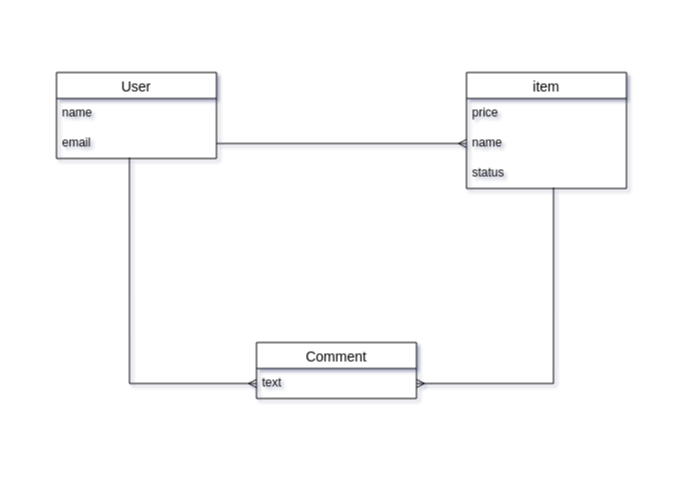
Before: ER.dio in e0msb4g/furima-30600, a draw.io diagram. Source tidied: cells renumbered, new cells numbered last; positions are measured from the earlier drawing's top-left corner, leaving out a move shared by most shapes. Both pictures are drawn from the tidied source at 100%, with x=0, y=0 at pixel (56, 72).
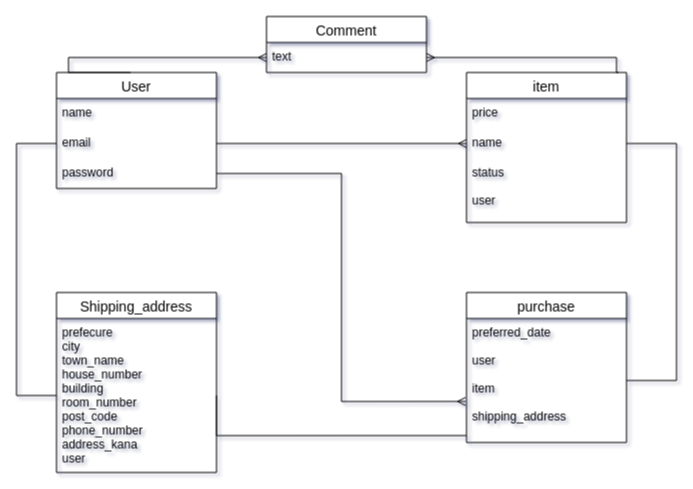
The same diagram, later.

Commit message (it also covers changes not shown here):
テーブル設計、ER図の修正

Unchanged cells that the change refers to:
```xml
<mxCell id="4" value="email" style="text;strokeColor=none;fillColor=none;spacingLeft=4;spacingRight=4;overflow=hidden;points=[[0,0.5],[1,0.5]];portConstraint=eastwest;fontSize=12;" parent="2" vertex="1">
  <mxGeometry y="56" width="160" height="30" as="geometry" />
</mxCell>
<mxCell id="7" value="name" style="text;strokeColor=none;fillColor=none;spacingLeft=4;spacingRight=4;overflow=hidden;points=[[0,0.5],[1,0.5]];portConstraint=eastwest;fontSize=12;" parent="5" vertex="1">
  <mxGeometry y="56" width="160" height="30" as="geometry" />
</mxCell>
<mxCell id="13" value="text" style="text;strokeColor=none;fillColor=none;spacingLeft=4;spacingRight=4;overflow=hidden;points=[[0,0.5],[1,0.5]];portConstraint=eastwest;fontSize=12;" parent="12" vertex="1">
  <mxGeometry y="26" width="160" height="30" as="geometry" />
</mxCell>
```

What changed in the source:
```diff
@@
     <mxCell id="2" value="User" style="swimlane;fontStyle=0;horizontal=1;startSize=26;align=center;fontSize=14;" parent="1" vertex="1">
-      <mxGeometry width="160" height="86" as="geometry" />
+      <mxGeometry width="160" height="116" as="geometry" />
     </mxCell>
@@
+    <mxCell id="14" value="password" style="text;strokeColor=none;fillColor=none;spacingLeft=4;spacingRight=4;overflow=hidden;points=[[0,0.5],[1,0.5]];portConstraint=eastwest;fontSize=12;" parent="2" vertex="1">
+      <mxGeometry y="86" width="160" height="30" as="geometry" />
+    </mxCell>
     <mxCell id="5" value="item" style="swimlane;fontStyle=0;horizontal=1;startSize=26;align=center;fontSize=14;" parent="1" vertex="1">
-      <mxGeometry x="410" width="160" height="116" as="geometry" />
+      <mxGeometry x="410" width="160" height="150" as="geometry" />
     </mxCell>
@@
-    <mxCell id="8" value="status" style="text;strokeColor=none;fillColor=none;spacingLeft=4;spacingRight=4;overflow=hidden;points=[[0,0.5],[1,0.5]];portConstraint=eastwest;fontSize=12;" parent="5" vertex="1">
-      <mxGeometry y="86" width="160" height="30" as="geometry" />
+    <mxCell id="8" value="status&#10;&#10;user" style="text;strokeColor=none;fillColor=none;spacingLeft=4;spacingRight=4;overflow=hidden;points=[[0,0.5],[1,0.5]];portConstraint=eastwest;fontSize=12;" parent="5" vertex="1">
+      <mxGeometry y="86" width="160" height="64" as="geometry" />
     </mxCell>
@@
-    <mxCell id="10" style="edgeStyle=orthogonalEdgeStyle;rounded=0;jettySize=auto;html=1;exitX=0;exitY=0.5;exitDx=0;exitDy=0;entryX=0.456;entryY=0.967;entryDx=0;entryDy=0;entryPerimeter=0;startArrow=ERmany;startFill=0;endArrow=none;endFill=0;" parent="1" edge="1" source="13" target="4">
-      <mxGeometry relative="1" as="geometry" />
+    <mxCell id="10" style="edgeStyle=orthogonalEdgeStyle;rounded=0;jettySize=auto;html=1;exitX=0;exitY=0.5;exitDx=0;exitDy=0;startArrow=ERmany;startFill=0;endArrow=none;endFill=0;entryX=0.463;entryY=0;entryDx=0;entryDy=0;entryPerimeter=0;" parent="1" edge="1" source="13" target="2">
+      <mxGeometry relative="1" as="geometry">
+        <Array as="points">
+          <mxPoint x="12" y="-15" />
+          <mxPoint x="12" />
+        </Array>
+      </mxGeometry>
     </mxCell>
-    <mxCell id="11" style="edgeStyle=orthogonalEdgeStyle;rounded=0;jettySize=auto;html=1;exitX=1;exitY=0.5;exitDx=0;exitDy=0;entryX=0.544;entryY=0.967;entryDx=0;entryDy=0;entryPerimeter=0;startArrow=ERmany;startFill=0;endArrow=none;endFill=0;" parent="1" edge="1" source="13" target="8">
-      <mxGeometry relative="1" as="geometry" />
+    <mxCell id="11" style="edgeStyle=orthogonalEdgeStyle;rounded=0;jettySize=auto;html=1;exitX=1;exitY=0.5;exitDx=0;exitDy=0;entryX=0.95;entryY=0;entryDx=0;entryDy=0;entryPerimeter=0;startArrow=ERmany;startFill=0;endArrow=none;endFill=0;" parent="1" edge="1" source="13" target="5">
+      <mxGeometry relative="1" as="geometry">
+        <Array as="points">
+          <mxPoint x="560" y="-15" />
+          <mxPoint x="560" />
+        </Array>
+      </mxGeometry>
     </mxCell>
     <mxCell id="12" value="Comment" style="swimlane;fontStyle=0;horizontal=1;startSize=26;align=center;fontSize=14;" parent="1" vertex="1">
-      <mxGeometry x="200" y="270" width="160" height="56" as="geometry" />
+      <mxGeometry x="210" y="-56" width="160" height="56" as="geometry" />
     </mxCell>
@@
+    <mxCell id="15" value="Shipping_address" style="swimlane;fontStyle=0;horizontal=1;startSize=26;align=center;fontSize=14;" parent="1" vertex="1">
+      <mxGeometry y="220" width="160" height="180" as="geometry" />
+    </mxCell>
+    <mxCell id="16" value="prefecure&#10;city&#10;town_name&#10;house_number&#10;building&#10;room_number&#10;post_code&#10;phone_number&#10;address_kana&#10;user&#10;&#10;" style="text;strokeColor=none;fillColor=none;spacingLeft=4;spacingRight=4;overflow=hidden;points=[[0,0.5],[1,0.5]];portConstraint=eastwest;fontSize=12;" parent="15" vertex="1">
+      <mxGeometry y="26" width="160" height="154" as="geometry" />
+    </mxCell>
+    <mxCell id="17" style="edgeStyle=orthogonalEdgeStyle;rounded=0;jettySize=auto;html=1;exitX=0;exitY=0.5;exitDx=0;exitDy=0;entryX=0;entryY=0.5;entryDx=0;entryDy=0;endArrow=none;endFill=0;" parent="1" edge="1" source="4" target="16">
+      <mxGeometry relative="1" as="geometry">
+        <Array as="points">
+          <mxPoint x="-40" y="71" />
+          <mxPoint x="-40" y="323" />
+        </Array>
+      </mxGeometry>
+    </mxCell>
+    <mxCell id="18" value="purchase" style="swimlane;fontStyle=0;horizontal=1;startSize=26;align=center;fontSize=14;" parent="1" vertex="1">
+      <mxGeometry x="410" y="220" width="160" height="150" as="geometry" />
+    </mxCell>
+    <mxCell id="19" value="preferred_date&#10;&#10;user&#10;&#10;item&#10;&#10;shipping_address" style="text;strokeColor=none;fillColor=none;spacingLeft=4;spacingRight=4;overflow=hidden;points=[[0,0.5],[1,0.5]];portConstraint=eastwest;fontSize=12;" parent="18" vertex="1">
+      <mxGeometry y="26" width="160" height="124" as="geometry" />
+    </mxCell>
+    <mxCell id="20" style="edgeStyle=orthogonalEdgeStyle;rounded=0;jettySize=auto;html=1;exitX=1;exitY=0.5;exitDx=0;exitDy=0;endArrow=none;endFill=0;" parent="1" edge="1" source="7" target="19">
+      <mxGeometry relative="1" as="geometry">
+        <Array as="points">
+          <mxPoint x="620" y="71" />
+          <mxPoint x="620" y="308" />
+        </Array>
+      </mxGeometry>
+    </mxCell>
+    <mxCell id="21" style="edgeStyle=orthogonalEdgeStyle;rounded=0;jettySize=auto;html=1;exitX=1;exitY=0.5;exitDx=0;exitDy=0;entryX=-0.006;entryY=0.669;entryDx=0;entryDy=0;entryPerimeter=0;endArrow=ERmany;endFill=0;" parent="1" edge="1" source="14" target="19">
+      <mxGeometry relative="1" as="geometry" />
+    </mxCell>
+    <mxCell id="22" style="edgeStyle=orthogonalEdgeStyle;rounded=0;jettySize=auto;html=1;exitX=1;exitY=0.5;exitDx=0;exitDy=0;entryX=0;entryY=0.944;entryDx=0;entryDy=0;entryPerimeter=0;endArrow=none;endFill=0;" parent="1" edge="1" source="16" target="19">
+      <mxGeometry relative="1" as="geometry">
+        <Array as="points">
+          <mxPoint x="160" y="363" />
+        </Array>
+      </mxGeometry>
+    </mxCell>
```
